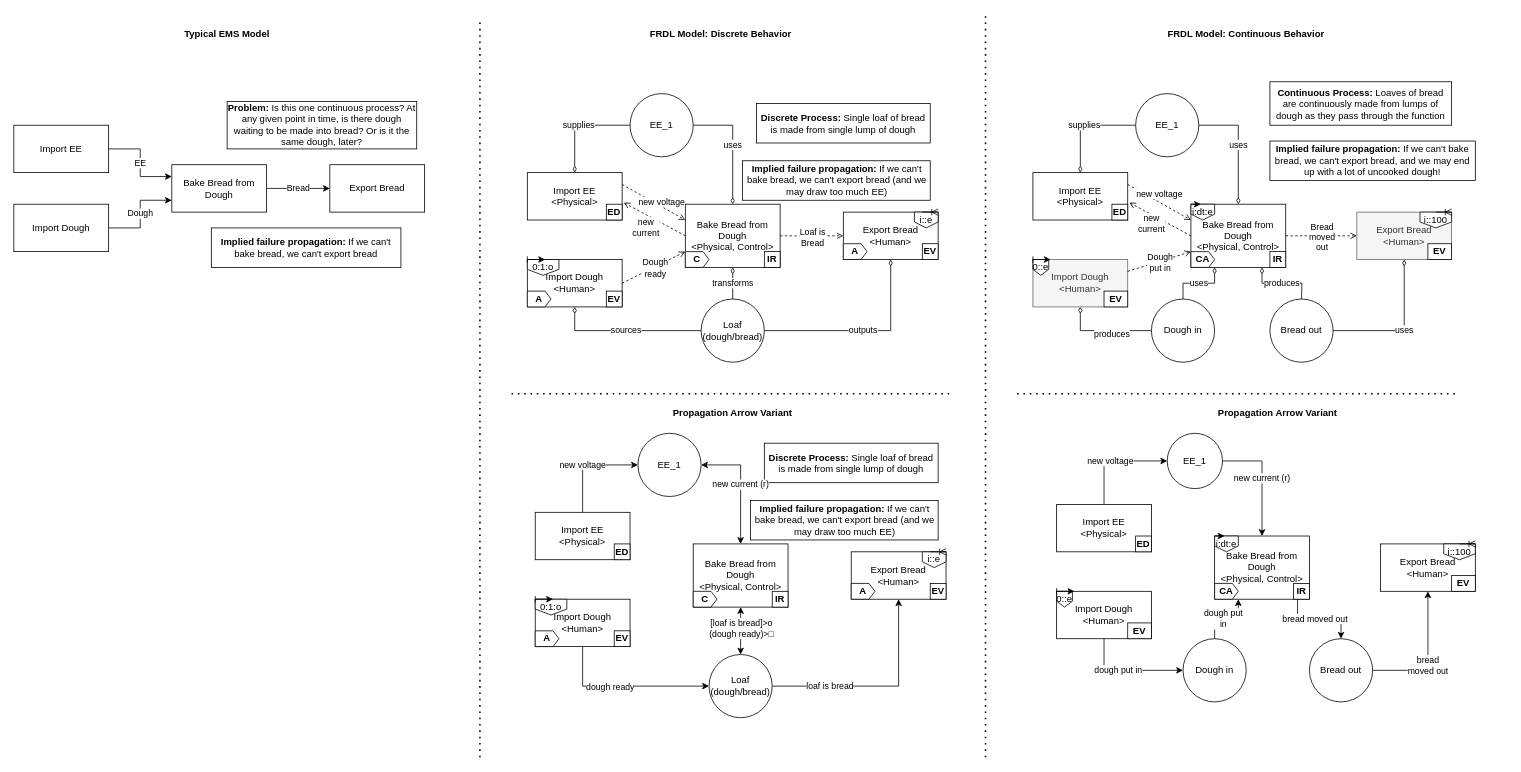
Before: docs-source/figures/frdl/examples/bread/bread_making.drawio in nasa/fmdtools, a draw.io diagram. Source tidied: cells renumbered, new cells numbered last; positions are measured from the earlier drawing's top-left corner, leaving out a move shared by most shapes. Both pictures are drawn from the tidied source at 79%, with x=0, y=0 at pixel (13, 14).
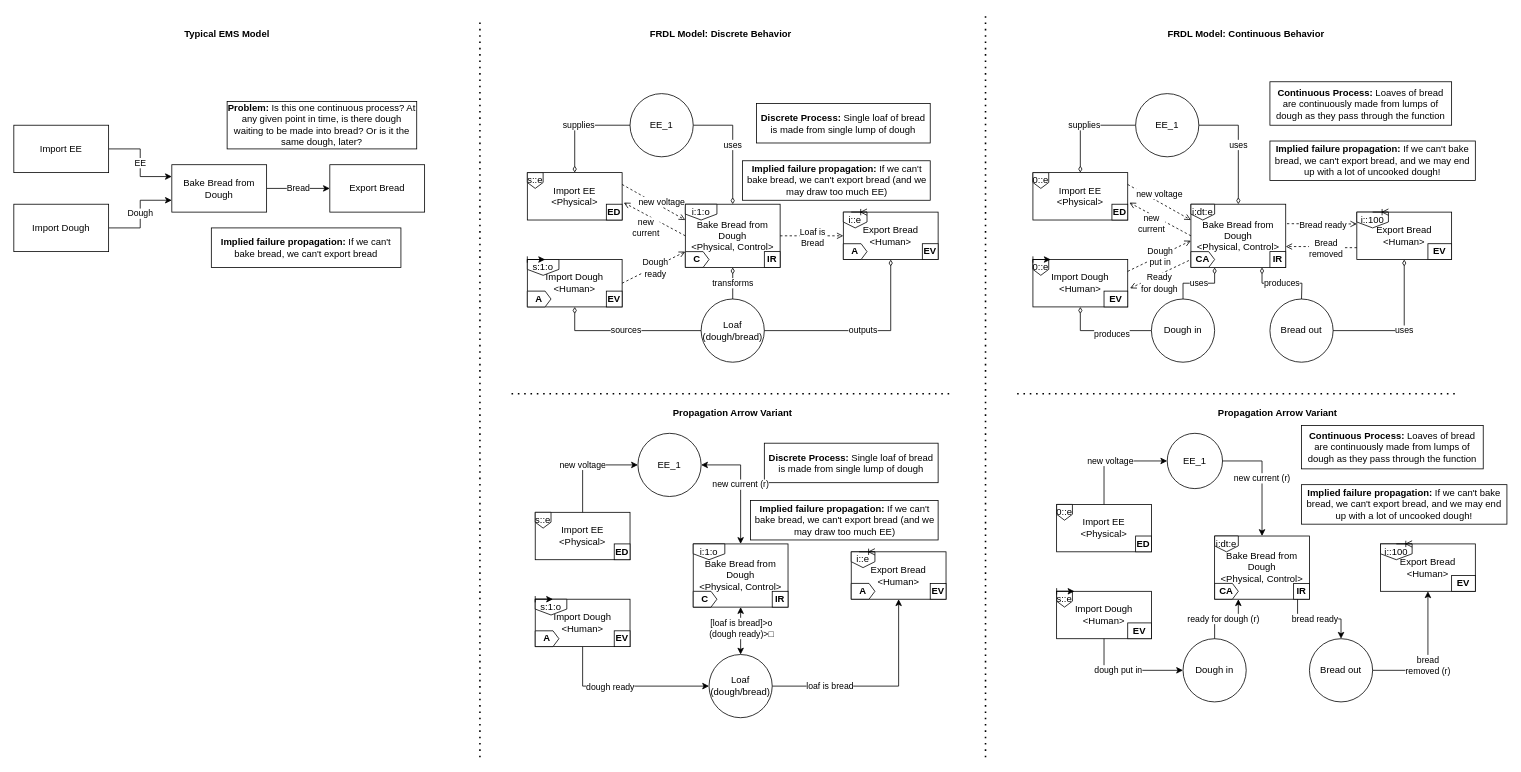
Above is the later version.

Commit message (it also covers changes not shown here):
Added bread making example

Unchanged cells that the change refers to:
```xml
<mxCell id="35" style="group;" parent="1" vertex="1">
  <mxGeometry x="650" y="310" width="40" height="20" as="geometry" />
</mxCell>
<mxCell id="51" value="Bake Bread from Dough&lt;div&gt;&amp;lt;Physical, Control&amp;gt;&lt;/div&gt;" style="rounded=0;whiteSpace=wrap;html=1;" parent="1" vertex="1">
  <mxGeometry x="1490" y="240" width="120" height="80" as="geometry" />
</mxCell>
<mxCell id="63" value="&lt;b&gt;EV&lt;/b&gt;" style="rounded=0;whiteSpace=wrap;html=1;" parent="1" vertex="1">
  <mxGeometry x="1380" y="350" width="30" height="20" as="geometry" />
</mxCell>
<mxCell id="69" style="group;" parent="1" vertex="1">
  <mxGeometry x="1490" y="240" width="50" height="20" as="geometry" />
</mxCell>
<mxCell id="70" value="i:dt:e" style="shape=offPageConnector;whiteSpace=wrap;html=1;" parent="69" vertex="1">
  <mxGeometry width="30" height="20" as="geometry" />
</mxCell>
<mxCell id="72" value="&lt;b&gt;CA&lt;/b&gt;" style="shape=offPageConnector;whiteSpace=wrap;html=1;direction=north;size=0.25;" parent="1" vertex="1">
  <mxGeometry x="1490" y="300" width="30" height="20" as="geometry" />
</mxCell>
<mxCell id="83" value="Dough in" style="ellipse;whiteSpace=wrap;html=1;" parent="1" vertex="1">
  <mxGeometry x="1480" y="790" width="80" height="80" as="geometry" />
</mxCell>
<mxCell id="84" value="Bread out" style="ellipse;whiteSpace=wrap;html=1;" parent="1" vertex="1">
  <mxGeometry x="1640" y="790" width="80" height="80" as="geometry" />
</mxCell>
<mxCell id="85" value="Export Bread&lt;div&gt;&amp;lt;Human&amp;gt;&lt;/div&gt;" style="rounded=0;whiteSpace=wrap;html=1;" parent="1" vertex="1">
  <mxGeometry x="1730" y="670" width="120" height="60" as="geometry" />
</mxCell>
<mxCell id="89" value="&lt;b&gt;IR&lt;/b&gt;" style="rounded=0;whiteSpace=wrap;html=1;" parent="1" vertex="1">
  <mxGeometry x="1620" y="720" width="20" height="20" as="geometry" />
</mxCell>
<mxCell id="92" style="group;" parent="1" vertex="1">
  <mxGeometry x="1520" y="670" width="50" height="20" as="geometry" />
</mxCell>
<mxCell id="93" value="i:dt:e" style="shape=offPageConnector;whiteSpace=wrap;html=1;" parent="92" vertex="1">
  <mxGeometry y="-10" width="30" height="20" as="geometry" />
</mxCell>
<mxCell id="95" value="&lt;b&gt;CA&lt;/b&gt;" style="shape=offPageConnector;whiteSpace=wrap;html=1;direction=north;size=0.25;" parent="1" vertex="1">
  <mxGeometry x="1520" y="720" width="30" height="20" as="geometry" />
</mxCell>
<mxCell id="96" style="group;" parent="1" vertex="1">
  <mxGeometry x="1320" y="730" width="40" height="20" as="geometry" />
</mxCell>
<mxCell id="125" style="group;" parent="1" vertex="1">
  <mxGeometry x="660" y="740" width="40" height="20" as="geometry" />
</mxCell>
```

What changed in the source:
```diff
@@
-    <mxCell id="36" value="0:1:o" style="shape=offPageConnector;whiteSpace=wrap;html=1;" parent="35" vertex="1">
+    <mxCell id="36" value="s:1:o" style="shape=offPageConnector;whiteSpace=wrap;html=1;" parent="35" vertex="1">
       <mxGeometry width="40" height="20" as="geometry" />
     </mxCell>
@@
     <mxCell id="38" value="i::e" style="shape=offPageConnector;whiteSpace=wrap;html=1;" parent="1" vertex="1">
-      <mxGeometry x="1140" y="250" width="30" height="20" as="geometry" />
+      <mxGeometry x="1050" y="250" width="30" height="20" as="geometry" />
     </mxCell>
     <mxCell id="39" style="edgeStyle=orthogonalEdgeStyle;rounded=0;jettySize=auto;html=1;exitX=0;exitY=0;exitDx=0;exitDy=0;entryX=1;entryY=0;entryDx=0;entryDy=0;endArrow=ERoneToMany;endFill=0;" parent="1" edge="1" target="38">
       <mxGeometry relative="1" as="geometry">
-        <mxPoint x="1150" y="250" as="sourcePoint" />
+        <mxPoint x="1060" y="250" as="sourcePoint" />
       </mxGeometry>
     </mxCell>
@@
-    <mxCell id="48" value="Import Dough&lt;div&gt;&amp;lt;Human&amp;gt;&lt;/div&gt;" style="rounded=0;whiteSpace=wrap;html=1;fillColor=#f5f5f5;fontColor=#333333;strokeColor=#666666;" parent="1" vertex="1">
+    <mxCell id="48" value="Import Dough&lt;div&gt;&amp;lt;Human&amp;gt;&lt;/div&gt;" style="rounded=0;whiteSpace=wrap;html=1;" parent="1" vertex="1">
       <mxGeometry x="1290" y="310" width="120" height="60" as="geometry" />
     </mxCell>
@@
-    <mxCell id="54" value="Dough&lt;br&gt;put in" style="rounded=0;jettySize=auto;html=1;exitX=1;exitY=0.25;exitDx=0;exitDy=0;dashed=1;endArrow=open;endFill=0;startArrow=none;startFill=0;entryX=0;entryY=0.75;entryDx=0;entryDy=0;" parent="1" edge="1" source="48" target="51">
+    <mxCell id="54" value="Dough&lt;br&gt;put in" style="rounded=0;jettySize=auto;html=1;exitX=1;exitY=0.25;exitDx=0;exitDy=0;dashed=1;endArrow=open;endFill=0;startArrow=none;startFill=0;entryX=0;entryY=0.577;entryDx=0;entryDy=0;entryPerimeter=0;" parent="1" edge="1" source="48" target="51">
       <mxGeometry x="0.01" y="-2" relative="1" as="geometry" />
     </mxCell>
-    <mxCell id="55" value="Bread&lt;br&gt;moved&lt;br&gt;out" style="rounded=0;jettySize=auto;html=1;exitX=1;exitY=0.5;exitDx=0;exitDy=0;dashed=1;endArrow=open;endFill=0;startArrow=none;startFill=0;entryX=0;entryY=0.5;entryDx=0;entryDy=0;" parent="1" edge="1" source="51" target="61">
+    <mxCell id="55" value="Bread ready" style="rounded=0;jettySize=auto;html=1;exitX=1.013;exitY=0.308;exitDx=0;exitDy=0;dashed=1;endArrow=open;endFill=0;startArrow=none;startFill=0;entryX=0;entryY=0.25;entryDx=0;entryDy=0;exitPerimeter=0;" parent="1" edge="1" source="51" target="61">
       <mxGeometry x="0.02" y="-2" relative="1" as="geometry" />
     </mxCell>
@@
-    <mxCell id="61" value="Export Bread&lt;div&gt;&amp;lt;Human&amp;gt;&lt;/div&gt;" style="rounded=0;whiteSpace=wrap;html=1;fillColor=#f5f5f5;fontColor=#333333;strokeColor=#666666;" parent="1" vertex="1">
+    <mxCell id="61" value="Export Bread&lt;div&gt;&amp;lt;Human&amp;gt;&lt;/div&gt;" style="rounded=0;whiteSpace=wrap;html=1;" parent="1" vertex="1">
       <mxGeometry x="1700" y="250" width="120" height="60" as="geometry" />
     </mxCell>
@@
     <mxCell id="67" value="i::100" style="shape=offPageConnector;whiteSpace=wrap;html=1;" parent="1" vertex="1">
-      <mxGeometry x="1780" y="250" width="40" height="20" as="geometry" />
+      <mxGeometry x="1700" y="250" width="40" height="20" as="geometry" />
     </mxCell>
     <mxCell id="68" style="edgeStyle=orthogonalEdgeStyle;rounded=0;jettySize=auto;html=1;exitX=0;exitY=0;exitDx=0;exitDy=0;entryX=1;entryY=0;entryDx=0;entryDy=0;endArrow=ERoneToMany;endFill=0;" parent="1" edge="1" target="67">
       <mxGeometry relative="1" as="geometry">
-        <mxPoint x="1800" y="250" as="sourcePoint" />
+        <mxPoint x="1720" y="250" as="sourcePoint" />
       </mxGeometry>
     </mxCell>
@@
-    <mxCell id="71" style="edgeStyle=orthogonalEdgeStyle;rounded=0;jettySize=auto;html=1;exitX=0;exitY=0;exitDx=0;exitDy=0;entryX=0.419;entryY=0.033;entryDx=0;entryDy=0;entryPerimeter=0;" parent="69" edge="1" target="70">
-      <mxGeometry relative="1" as="geometry">
-        <mxPoint as="sourcePoint" />
-      </mxGeometry>
-    </mxCell>
@@
     <mxCell id="90" value="i::100" style="shape=offPageConnector;whiteSpace=wrap;html=1;" parent="1" vertex="1">
-      <mxGeometry x="1810" y="670" width="40" height="20" as="geometry" />
+      <mxGeometry x="1730" y="670" width="40" height="20" as="geometry" />
     </mxCell>
     <mxCell id="91" style="edgeStyle=orthogonalEdgeStyle;rounded=0;jettySize=auto;html=1;exitX=0;exitY=0;exitDx=0;exitDy=0;entryX=1;entryY=0;entryDx=0;entryDy=0;endArrow=ERoneToMany;endFill=0;" parent="1" edge="1" target="90">
       <mxGeometry relative="1" as="geometry">
-        <mxPoint x="1830" y="670" as="sourcePoint" />
+        <mxPoint x="1750" y="670" as="sourcePoint" />
       </mxGeometry>
     </mxCell>
@@
-    <mxCell id="94" style="edgeStyle=orthogonalEdgeStyle;rounded=0;jettySize=auto;html=1;exitX=0;exitY=0;exitDx=0;exitDy=0;entryX=0.419;entryY=0.033;entryDx=0;entryDy=0;entryPerimeter=0;" parent="92" edge="1" target="93">
-      <mxGeometry relative="1" as="geometry">
-        <mxPoint y="-10" as="sourcePoint" />
-      </mxGeometry>
-    </mxCell>
@@
-    <mxCell id="97" value="0::e" style="shape=offPageConnector;whiteSpace=wrap;html=1;" parent="96" vertex="1">
+    <mxCell id="97" value="s::e" style="shape=offPageConnector;whiteSpace=wrap;html=1;" parent="96" vertex="1">
       <mxGeometry width="20" height="20" as="geometry" />
     </mxCell>
@@
-    <mxCell id="102" value="&lt;span style=&quot;border: 0px; margin: 0px; padding: 0px; outline: 0px; vertical-align: baseline; background-image: initial; background-position: 0px 0px; background-size: initial; background-repeat: initial; background-attachment: initial; background-origin: initial; background-clip: initial; text-align: justify;&quot;&gt;dough put&lt;br&gt;in&lt;br&gt;&lt;/span&gt;" style="edgeStyle=orthogonalEdgeStyle;rounded=0;jettySize=auto;html=1;exitX=0.5;exitY=0;exitDx=0;exitDy=0;entryX=0;entryY=1;entryDx=0;entryDy=0;startArrow=none;startFill=0;" parent="1" edge="1" source="83" target="95">
+    <mxCell id="102" value="&lt;span style=&quot;border: 0px; margin: 0px; padding: 0px; outline: 0px; vertical-align: baseline; background-image: initial; background-position: 0px 0px; background-size: initial; background-repeat: initial; background-attachment: initial; background-origin: initial; background-clip: initial; text-align: justify;&quot;&gt;ready for dough (r)&lt;/span&gt;" style="edgeStyle=orthogonalEdgeStyle;rounded=0;jettySize=auto;html=1;exitX=0.5;exitY=0;exitDx=0;exitDy=0;entryX=0;entryY=1;entryDx=0;entryDy=0;startArrow=none;startFill=0;" parent="1" edge="1" source="83" target="95">
       <mxGeometry x="-0.11" relative="1" as="geometry" />
     </mxCell>
-    <mxCell id="103" value="&lt;span style=&quot;border: 0px; margin: 0px; padding: 0px; outline: 0px; vertical-align: baseline; background-image: initial; background-position: 0px 0px; background-size: initial; background-repeat: initial; background-attachment: initial; background-origin: initial; background-clip: initial; text-align: justify;&quot;&gt;bread moved out&lt;br&gt;&lt;/span&gt;" style="edgeStyle=orthogonalEdgeStyle;rounded=0;jettySize=auto;html=1;exitX=0.5;exitY=0;exitDx=0;exitDy=0;entryX=0.25;entryY=1;entryDx=0;entryDy=0;startArrow=classic;startFill=1;endArrow=none;endFill=0;" parent="1" edge="1" source="84" target="89">
+    <mxCell id="103" value="&lt;span style=&quot;border: 0px; margin: 0px; padding: 0px; outline: 0px; vertical-align: baseline; background-image: initial; background-position: 0px 0px; background-size: initial; background-repeat: initial; background-attachment: initial; background-origin: initial; background-clip: initial; text-align: justify;&quot;&gt;bread ready&lt;br&gt;&lt;/span&gt;" style="edgeStyle=orthogonalEdgeStyle;rounded=0;jettySize=auto;html=1;exitX=0.5;exitY=0;exitDx=0;exitDy=0;entryX=0.25;entryY=1;entryDx=0;entryDy=0;startArrow=classic;startFill=1;endArrow=none;endFill=0;" parent="1" edge="1" source="84" target="89">
       <mxGeometry x="0.11" relative="1" as="geometry" />
     </mxCell>
-    <mxCell id="104" value="&lt;span style=&quot;border: 0px; margin: 0px; padding: 0px; outline: 0px; vertical-align: baseline; background-image: initial; background-position: 0px 0px; background-size: initial; background-repeat: initial; background-attachment: initial; background-origin: initial; background-clip: initial; text-align: justify;&quot;&gt;bread&lt;br&gt;moved out&lt;br&gt;&lt;/span&gt;" style="edgeStyle=orthogonalEdgeStyle;rounded=0;jettySize=auto;html=1;entryX=1;entryY=0.5;entryDx=0;entryDy=0;startArrow=classic;startFill=1;exitX=0.5;exitY=1;exitDx=0;exitDy=0;endArrow=none;endFill=0;" parent="1" edge="1" source="85" target="84">
+    <mxCell id="104" value="&lt;span style=&quot;border: 0px; margin: 0px; padding: 0px; outline: 0px; vertical-align: baseline; background-image: initial; background-position: 0px 0px; background-size: initial; background-repeat: initial; background-attachment: initial; background-origin: initial; background-clip: initial; text-align: justify;&quot;&gt;bread&lt;br&gt;removed (r)&lt;br&gt;&lt;/span&gt;" style="edgeStyle=orthogonalEdgeStyle;rounded=0;jettySize=auto;html=1;entryX=1;entryY=0.5;entryDx=0;entryDy=0;startArrow=classic;startFill=1;exitX=0.5;exitY=1;exitDx=0;exitDy=0;endArrow=none;endFill=0;" parent="1" edge="1" source="85" target="84">
       <mxGeometry x="0.11" relative="1" as="geometry" />
     </mxCell>
@@
-    <mxCell id="126" value="0:1:o" style="shape=offPageConnector;whiteSpace=wrap;html=1;" parent="125" vertex="1">
+    <mxCell id="126" value="s:1:o" style="shape=offPageConnector;whiteSpace=wrap;html=1;" parent="125" vertex="1">
       <mxGeometry width="40" height="20" as="geometry" />
     </mxCell>
@@
     <mxCell id="128" value="i::e" style="shape=offPageConnector;whiteSpace=wrap;html=1;" parent="1" vertex="1">
-      <mxGeometry x="1150" y="680" width="30" height="20" as="geometry" />
+      <mxGeometry x="1060" y="680" width="30" height="20" as="geometry" />
     </mxCell>
     <mxCell id="129" style="edgeStyle=orthogonalEdgeStyle;rounded=0;jettySize=auto;html=1;exitX=0;exitY=0;exitDx=0;exitDy=0;entryX=1;entryY=0;entryDx=0;entryDy=0;endArrow=ERoneToMany;endFill=0;" parent="1" edge="1" target="128">
       <mxGeometry relative="1" as="geometry">
-        <mxPoint x="1160" y="680" as="sourcePoint" />
+        <mxPoint x="1070" y="680" as="sourcePoint" />
       </mxGeometry>
     </mxCell>
@@
+    <mxCell id="137" style="edgeStyle=orthogonalEdgeStyle;rounded=0;jettySize=auto;html=1;exitX=0;exitY=0.75;exitDx=0;exitDy=0;entryX=1;entryY=0.67;entryDx=0;entryDy=0;entryPerimeter=0;dashed=1;endArrow=open;endFill=0;" parent="1" edge="1" source="61" target="51">
+      <mxGeometry relative="1" as="geometry" />
+    </mxCell>
+    <mxCell id="138" value="Bread&lt;div&gt;removed&lt;/div&gt;" style="edgeLabel;html=1;align=center;verticalAlign=middle;" parent="137" vertex="1">
+      <mxGeometry x="-0.12" relative="1" as="geometry" />
+    </mxCell>
+    <mxCell id="139" value="Ready&lt;div&gt;for dough&lt;/div&gt;" style="rounded=0;jettySize=auto;html=1;dashed=1;endArrow=open;endFill=0;startArrow=none;startFill=0;entryX=1.096;entryY=-0.176;entryDx=0;entryDy=0;entryPerimeter=0;exitX=0.436;exitY=-0.085;exitDx=0;exitDy=0;exitPerimeter=0;" parent="1" edge="1" source="72" target="63">
+      <mxGeometry x="0.12" y="10" relative="1" as="geometry" />
+    </mxCell>
+    <mxCell id="140" value="0::e" style="shape=offPageConnector;whiteSpace=wrap;html=1;" parent="1" vertex="1">
+      <mxGeometry x="1290" y="200" width="20" height="20" as="geometry" />
+    </mxCell>
+    <mxCell id="141" style="group;" parent="1" vertex="1">
+      <mxGeometry x="850" y="240" width="40" height="20" as="geometry" />
+    </mxCell>
+    <mxCell id="142" value="i:1:o" style="shape=offPageConnector;whiteSpace=wrap;html=1;" parent="141" vertex="1">
+      <mxGeometry width="40" height="20" as="geometry" />
+    </mxCell>
+    <mxCell id="143" value="s::e" style="shape=offPageConnector;whiteSpace=wrap;html=1;" parent="1" vertex="1">
+      <mxGeometry x="650" y="200" width="20" height="20" as="geometry" />
+    </mxCell>
+    <mxCell id="144" value="s::e" style="shape=offPageConnector;whiteSpace=wrap;html=1;" parent="1" vertex="1">
+      <mxGeometry x="660" y="630" width="20" height="20" as="geometry" />
+    </mxCell>
+    <mxCell id="145" style="group;" parent="1" vertex="1">
+      <mxGeometry x="860" y="670" width="40" height="20" as="geometry" />
+    </mxCell>
+    <mxCell id="146" value="i:1:o" style="shape=offPageConnector;whiteSpace=wrap;html=1;" parent="145" vertex="1">
+      <mxGeometry width="40" height="20" as="geometry" />
+    </mxCell>
+    <mxCell id="147" value="&lt;b&gt;Continuous Process: &lt;/b&gt;Loaves of bread are continuously made from lumps of dough as they pass through the function" style="rounded=0;whiteSpace=wrap;html=1;" parent="1" vertex="1">
+      <mxGeometry x="1630" y="520" width="230" height="55" as="geometry" />
+    </mxCell>
+    <mxCell id="148" value="&lt;b&gt;Implied failure propagation: &lt;/b&gt;If we can't bake bread, we can't export bread, and we may end up with a lot of uncooked dough!" style="rounded=0;whiteSpace=wrap;html=1;" parent="1" vertex="1">
+      <mxGeometry x="1630" y="595" width="260" height="50" as="geometry" />
+    </mxCell>
+    <mxCell id="149" value="0::e" style="shape=offPageConnector;whiteSpace=wrap;html=1;" parent="1" vertex="1">
+      <mxGeometry x="1320" y="620" width="20" height="20" as="geometry" />
+    </mxCell>
```
